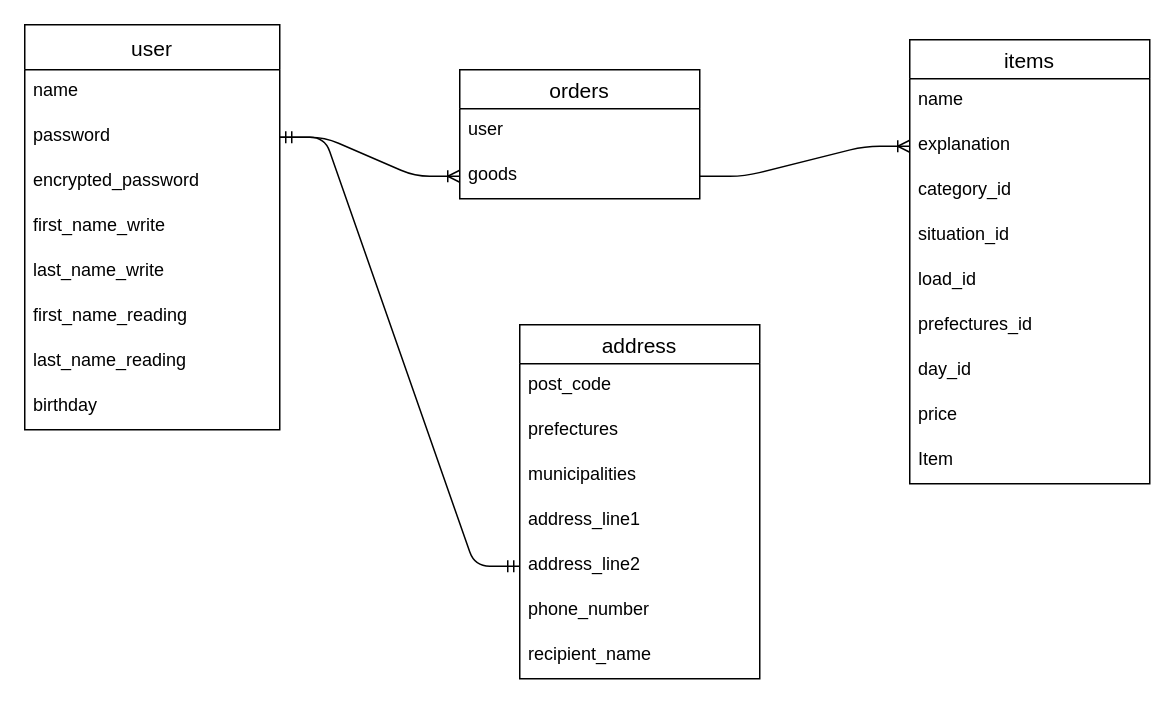
The draw.io diagram furima_er.dio in MyShip/furima-40937, before the edit. Source tidied: cells renumbered, new cells numbered last; positions are measured from the earlier drawing's top-left corner, leaving out a move shared by most shapes. Both pictures are drawn from the tidied source at 150%, with x=0, y=0 at pixel (24, 24).
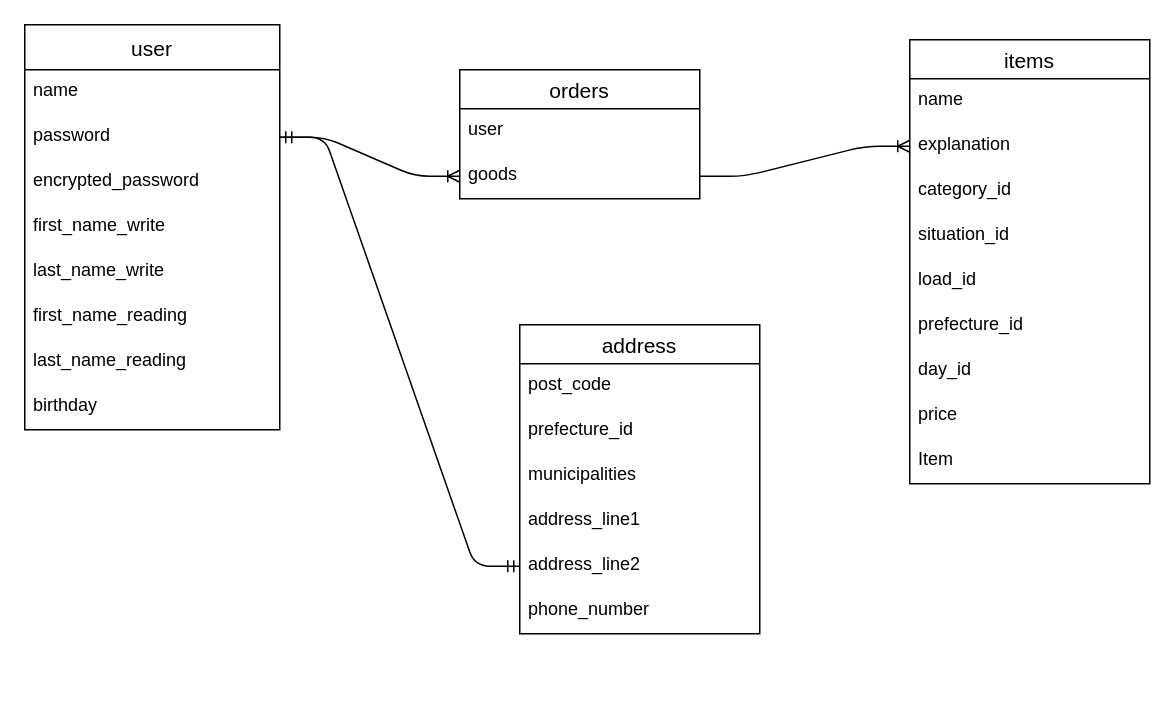
The same page after the edit.

Unchanged cells that the change refers to:
```xml
<mxCell id="11" value="items" style="swimlane;fontStyle=0;horizontal=1;startSize=26;align=center;fontSize=14;" parent="1" vertex="1">
  <mxGeometry x="590" y="10" width="160" height="296" as="geometry" />
</mxCell>
```

The edit, as a diff of the source:
```diff
@@
-    <mxCell id="17" value="prefectures_id" style="text;strokeColor=none;fillColor=none;spacingLeft=4;spacingRight=4;overflow=hidden;fontSize=12;" parent="11" vertex="1">
+    <mxCell id="17" value="prefecture_id" style="text;strokeColor=none;fillColor=none;spacingLeft=4;spacingRight=4;overflow=hidden;fontSize=12;" parent="11" vertex="1">
       <mxGeometry y="176" width="160" height="30" as="geometry" />
     </mxCell>
@@
     <mxCell id="24" value="address" style="swimlane;fontStyle=0;horizontal=1;startSize=26;align=center;fontSize=14;" parent="1" vertex="1">
-      <mxGeometry x="330" y="200" width="160" height="236" as="geometry" />
+      <mxGeometry x="330" y="200" width="160" height="206" as="geometry" />
     </mxCell>
@@
-    <mxCell id="26" value="prefectures" style="text;strokeColor=none;fillColor=none;spacingLeft=4;spacingRight=4;overflow=hidden;fontSize=12;" parent="24" vertex="1">
+    <mxCell id="26" value="prefecture_id" style="text;strokeColor=none;fillColor=none;spacingLeft=4;spacingRight=4;overflow=hidden;fontSize=12;" parent="24" vertex="1">
       <mxGeometry y="56" width="160" height="30" as="geometry" />
     </mxCell>
@@
-    <mxCell id="31" value="recipient_name" style="text;strokeColor=none;fillColor=none;spacingLeft=4;spacingRight=4;overflow=hidden;fontSize=12;" parent="24" vertex="1">
-      <mxGeometry y="206" width="160" height="30" as="geometry" />
-    </mxCell>
```
